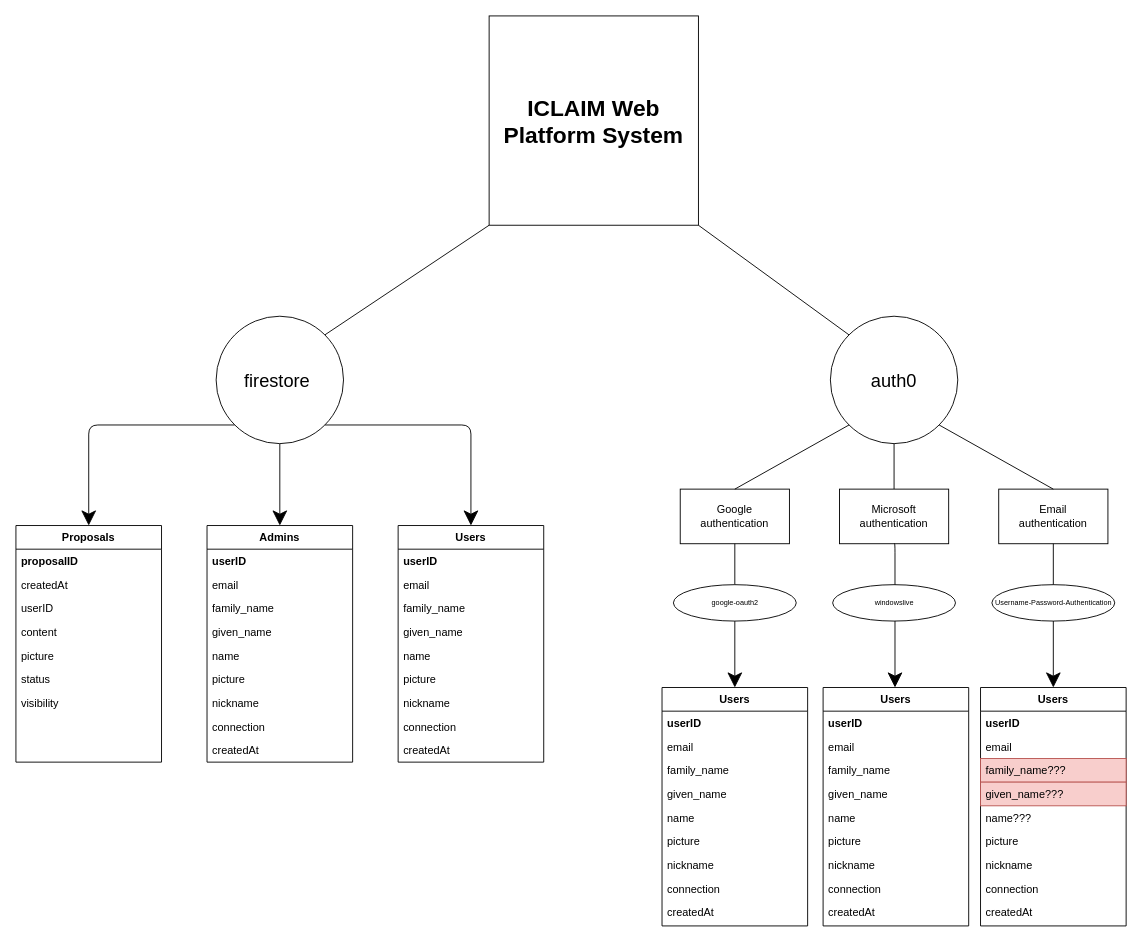
AGEORGIOU4/Social-Mediators-Network keeps this draw.io diagram as iCLAIM DB.drawio. Above is the earlier version. Source tidied: cells renumbered, new cells numbered last; positions are measured from the earlier drawing's top-left corner, leaving out a move shared by most shapes. Both pictures are drawn from the tidied source at 91%, with x=0, y=0 at pixel (15, 15).
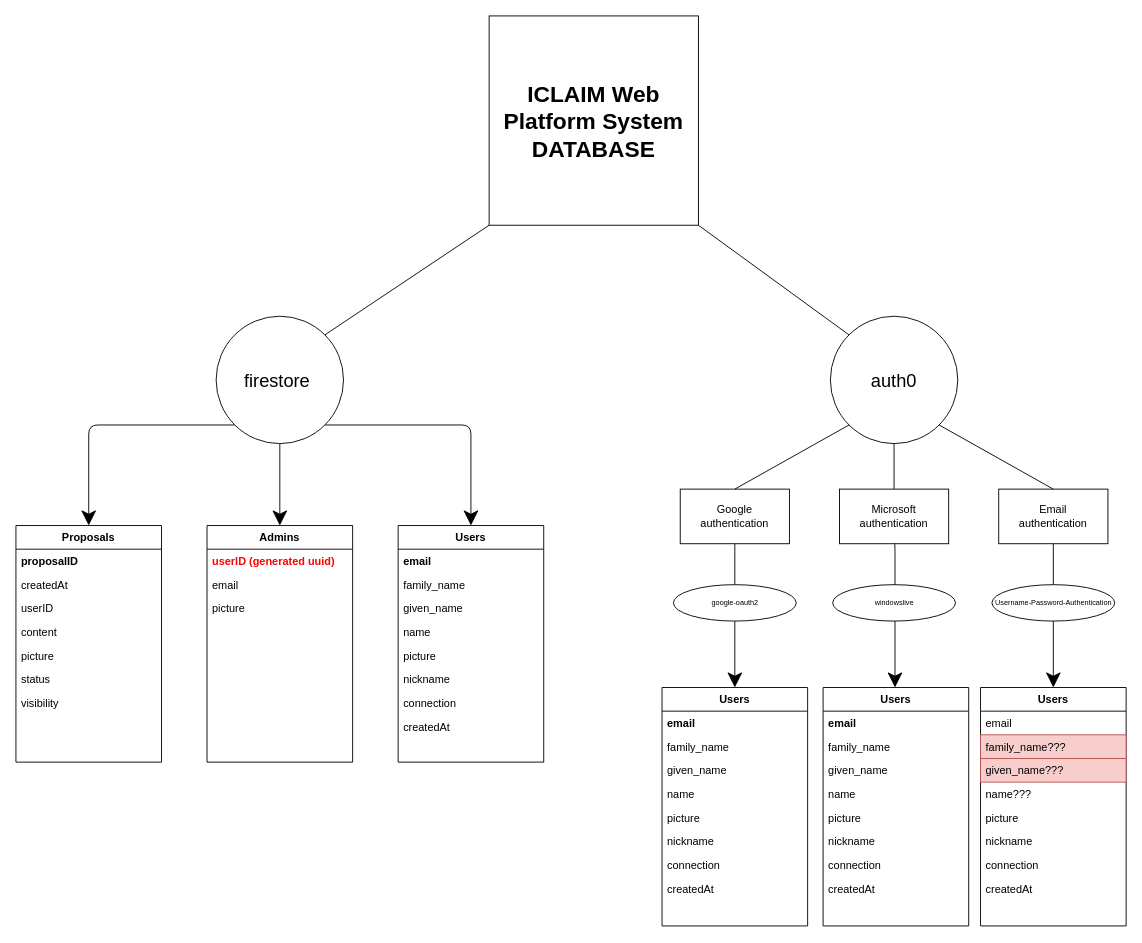
After the change.

The change refers to these unchanged cells:
```xml
<mxCell id="4" value="Users" style="swimlane;fontStyle=1;align=center;verticalAlign=top;horizontal=1;startSize=26;rounded=0;shadow=0;strokeWidth=1;" parent="1" vertex="1">
  <mxGeometry x="710" y="738" width="160" height="262" as="geometry" />
</mxCell>
<mxCell id="35" value="Users" style="swimlane;fontStyle=1;align=center;verticalAlign=top;horizontal=1;startSize=26;rounded=0;shadow=0;strokeWidth=1;" parent="1" vertex="1">
  <mxGeometry x="1060" y="738" width="160" height="262" as="geometry" />
</mxCell>
<mxCell id="49" value="Users" style="swimlane;fontStyle=1;align=center;verticalAlign=top;horizontal=1;startSize=26;rounded=0;shadow=0;strokeWidth=1;" parent="1" vertex="1">
  <mxGeometry x="887" y="738" width="160" height="262" as="geometry" />
</mxCell>
<mxCell id="59" value="Users" style="swimlane;fontStyle=1;align=center;verticalAlign=top;horizontal=1;startSize=26;rounded=0;shadow=0;strokeWidth=1;" parent="1" vertex="1">
  <mxGeometry x="420" y="560" width="160" height="260" as="geometry" />
</mxCell>
<mxCell id="69" value="Admins" style="swimlane;fontStyle=1;align=center;verticalAlign=top;horizontal=1;startSize=26;rounded=0;shadow=0;strokeWidth=1;" parent="1" vertex="1">
  <mxGeometry x="210" y="560" width="160" height="260" as="geometry" />
</mxCell>
```

Change to the diagram source:
```diff
@@
-    <mxCell id="5" value="userID" style="text;align=left;verticalAlign=top;spacingLeft=4;spacingRight=4;overflow=hidden;rounded=0;shadow=0;html=0;fontStyle=1;" parent="4" vertex="1">
-      <mxGeometry y="26" width="160" height="26" as="geometry" />
-    </mxCell>
-    <mxCell id="6" value="email" style="text;align=left;verticalAlign=top;spacingLeft=4;spacingRight=4;overflow=hidden;" parent="4" vertex="1">
-      <mxGeometry y="52" width="160" height="26" as="geometry" />
+    <mxCell id="6" value="email" style="text;align=left;verticalAlign=top;spacingLeft=4;spacingRight=4;overflow=hidden;fontStyle=1;" parent="4" vertex="1">
+      <mxGeometry y="26" width="160" height="26" as="geometry" />
     </mxCell>
     <mxCell id="7" value="family_name" style="text;align=left;verticalAlign=top;spacingLeft=4;spacingRight=4;overflow=hidden;rounded=0;shadow=0;html=0;" parent="4" vertex="1">
-      <mxGeometry y="78" width="160" height="26" as="geometry" />
+      <mxGeometry y="52" width="160" height="26" as="geometry" />
     </mxCell>
     <mxCell id="8" value="given_name" style="text;align=left;verticalAlign=top;spacingLeft=4;spacingRight=4;overflow=hidden;rounded=0;shadow=0;html=0;" parent="4" vertex="1">
-      <mxGeometry y="104" width="160" height="26" as="geometry" />
+      <mxGeometry y="78" width="160" height="26" as="geometry" />
     </mxCell>
     <mxCell id="9" value="name" style="text;align=left;verticalAlign=top;spacingLeft=4;spacingRight=4;overflow=hidden;rounded=0;shadow=0;html=0;" parent="4" vertex="1">
-      <mxGeometry y="130" width="160" height="26" as="geometry" />
+      <mxGeometry y="104" width="160" height="26" as="geometry" />
     </mxCell>
     <mxCell id="10" value="picture" style="text;align=left;verticalAlign=top;spacingLeft=4;spacingRight=4;overflow=hidden;rounded=0;shadow=0;html=0;" parent="4" vertex="1">
-      <mxGeometry y="156" width="160" height="26" as="geometry" />
+      <mxGeometry y="130" width="160" height="26" as="geometry" />
     </mxCell>
     <mxCell id="11" value="nickname" style="text;align=left;verticalAlign=top;spacingLeft=4;spacingRight=4;overflow=hidden;rounded=0;shadow=0;html=0;" parent="4" vertex="1">
-      <mxGeometry y="182" width="160" height="26" as="geometry" />
+      <mxGeometry y="156" width="160" height="26" as="geometry" />
     </mxCell>
     <mxCell id="12" value="connection" style="text;align=left;verticalAlign=top;spacingLeft=4;spacingRight=4;overflow=hidden;rounded=0;shadow=0;html=0;" parent="4" vertex="1">
-      <mxGeometry y="208" width="160" height="26" as="geometry" />
+      <mxGeometry y="182" width="160" height="26" as="geometry" />
     </mxCell>
     <mxCell id="13" value="createdAt" style="text;align=left;verticalAlign=top;spacingLeft=4;spacingRight=4;overflow=hidden;rounded=0;shadow=0;html=0;" parent="4" vertex="1">
-      <mxGeometry y="234" width="160" height="26" as="geometry" />
+      <mxGeometry y="208" width="160" height="26" as="geometry" />
     </mxCell>
@@
-    <mxCell id="27" value="&lt;font style=&quot;font-size: 25px&quot;&gt;&lt;b&gt;ICLAIM Web Platform System&lt;/b&gt;&lt;/font&gt;" style="whiteSpace=wrap;html=1;hachureGap=4;fontSize=12;" parent="1" vertex="1">
+    <mxCell id="27" value="&lt;font style=&quot;font-size: 25px&quot;&gt;&lt;b&gt;ICLAIM Web Platform System&lt;br&gt;DATABASE&lt;br&gt;&lt;/b&gt;&lt;/font&gt;" style="whiteSpace=wrap;html=1;hachureGap=4;fontSize=12;" parent="1" vertex="1">
       <mxGeometry x="520" width="230" height="230" as="geometry" />
     </mxCell>
@@
-    <mxCell id="36" value="userID" style="text;align=left;verticalAlign=top;spacingLeft=4;spacingRight=4;overflow=hidden;rounded=0;shadow=0;html=0;fontStyle=1;" parent="35" vertex="1">
-      <mxGeometry y="26" width="160" height="26" as="geometry" />
-    </mxCell>
     <mxCell id="37" value="email" style="text;align=left;verticalAlign=top;spacingLeft=4;spacingRight=4;overflow=hidden;" parent="35" vertex="1">
-      <mxGeometry y="52" width="160" height="26" as="geometry" />
+      <mxGeometry y="26" width="160" height="26" as="geometry" />
     </mxCell>
     <mxCell id="38" value="family_name???" style="text;align=left;verticalAlign=top;spacingLeft=4;spacingRight=4;overflow=hidden;rounded=0;shadow=0;html=0;fillColor=#f8cecc;strokeColor=#b85450;" parent="35" vertex="1">
-      <mxGeometry y="78" width="160" height="26" as="geometry" />
+      <mxGeometry y="52" width="160" height="26" as="geometry" />
     </mxCell>
     <mxCell id="39" value="given_name???" style="text;align=left;verticalAlign=top;spacingLeft=4;spacingRight=4;overflow=hidden;rounded=0;shadow=0;html=0;fillColor=#f8cecc;strokeColor=#b85450;" parent="35" vertex="1">
-      <mxGeometry y="104" width="160" height="26" as="geometry" />
+      <mxGeometry y="78" width="160" height="26" as="geometry" />
     </mxCell>
     <mxCell id="40" value="name???" style="text;align=left;verticalAlign=top;spacingLeft=4;spacingRight=4;overflow=hidden;rounded=0;shadow=0;html=0;" parent="35" vertex="1">
-      <mxGeometry y="130" width="160" height="26" as="geometry" />
+      <mxGeometry y="104" width="160" height="26" as="geometry" />
     </mxCell>
     <mxCell id="41" value="picture" style="text;align=left;verticalAlign=top;spacingLeft=4;spacingRight=4;overflow=hidden;rounded=0;shadow=0;html=0;" parent="35" vertex="1">
-      <mxGeometry y="156" width="160" height="26" as="geometry" />
+      <mxGeometry y="130" width="160" height="26" as="geometry" />
     </mxCell>
     <mxCell id="42" value="nickname" style="text;align=left;verticalAlign=top;spacingLeft=4;spacingRight=4;overflow=hidden;rounded=0;shadow=0;html=0;" parent="35" vertex="1">
-      <mxGeometry y="182" width="160" height="26" as="geometry" />
+      <mxGeometry y="156" width="160" height="26" as="geometry" />
     </mxCell>
     <mxCell id="43" value="connection" style="text;align=left;verticalAlign=top;spacingLeft=4;spacingRight=4;overflow=hidden;rounded=0;shadow=0;html=0;" parent="35" vertex="1">
-      <mxGeometry y="208" width="160" height="26" as="geometry" />
+      <mxGeometry y="182" width="160" height="26" as="geometry" />
     </mxCell>
     <mxCell id="44" value="createdAt" style="text;align=left;verticalAlign=top;spacingLeft=4;spacingRight=4;overflow=hidden;rounded=0;shadow=0;html=0;" parent="35" vertex="1">
-      <mxGeometry y="234" width="160" height="26" as="geometry" />
+      <mxGeometry y="208" width="160" height="26" as="geometry" />
     </mxCell>
@@
-    <mxCell id="50" value="userID" style="text;align=left;verticalAlign=top;spacingLeft=4;spacingRight=4;overflow=hidden;rounded=0;shadow=0;html=0;fontStyle=1;" parent="49" vertex="1">
-      <mxGeometry y="26" width="160" height="26" as="geometry" />
-    </mxCell>
-    <mxCell id="51" value="email" style="text;align=left;verticalAlign=top;spacingLeft=4;spacingRight=4;overflow=hidden;" parent="49" vertex="1">
-      <mxGeometry y="52" width="160" height="26" as="geometry" />
+    <mxCell id="51" value="email" style="text;align=left;verticalAlign=top;spacingLeft=4;spacingRight=4;overflow=hidden;fontStyle=1;" parent="49" vertex="1">
+      <mxGeometry y="26" width="160" height="26" as="geometry" />
     </mxCell>
     <mxCell id="52" value="family_name" style="text;align=left;verticalAlign=top;spacingLeft=4;spacingRight=4;overflow=hidden;rounded=0;shadow=0;html=0;" parent="49" vertex="1">
-      <mxGeometry y="78" width="160" height="26" as="geometry" />
+      <mxGeometry y="52" width="160" height="26" as="geometry" />
     </mxCell>
     <mxCell id="53" value="given_name" style="text;align=left;verticalAlign=top;spacingLeft=4;spacingRight=4;overflow=hidden;rounded=0;shadow=0;html=0;" parent="49" vertex="1">
-      <mxGeometry y="104" width="160" height="26" as="geometry" />
+      <mxGeometry y="78" width="160" height="26" as="geometry" />
     </mxCell>
     <mxCell id="54" value="name" style="text;align=left;verticalAlign=top;spacingLeft=4;spacingRight=4;overflow=hidden;rounded=0;shadow=0;html=0;" parent="49" vertex="1">
-      <mxGeometry y="130" width="160" height="26" as="geometry" />
+      <mxGeometry y="104" width="160" height="26" as="geometry" />
     </mxCell>
     <mxCell id="55" value="picture" style="text;align=left;verticalAlign=top;spacingLeft=4;spacingRight=4;overflow=hidden;rounded=0;shadow=0;html=0;" parent="49" vertex="1">
-      <mxGeometry y="156" width="160" height="26" as="geometry" />
+      <mxGeometry y="130" width="160" height="26" as="geometry" />
     </mxCell>
     <mxCell id="56" value="nickname" style="text;align=left;verticalAlign=top;spacingLeft=4;spacingRight=4;overflow=hidden;rounded=0;shadow=0;html=0;" parent="49" vertex="1">
-      <mxGeometry y="182" width="160" height="26" as="geometry" />
+      <mxGeometry y="156" width="160" height="26" as="geometry" />
     </mxCell>
     <mxCell id="57" value="connection" style="text;align=left;verticalAlign=top;spacingLeft=4;spacingRight=4;overflow=hidden;rounded=0;shadow=0;html=0;" parent="49" vertex="1">
-      <mxGeometry y="208" width="160" height="26" as="geometry" />
+      <mxGeometry y="182" width="160" height="26" as="geometry" />
     </mxCell>
     <mxCell id="58" value="createdAt" style="text;align=left;verticalAlign=top;spacingLeft=4;spacingRight=4;overflow=hidden;rounded=0;shadow=0;html=0;" parent="49" vertex="1">
-      <mxGeometry y="234" width="160" height="26" as="geometry" />
+      <mxGeometry y="208" width="160" height="26" as="geometry" />
     </mxCell>
@@
-    <mxCell id="60" value="userID" style="text;align=left;verticalAlign=top;spacingLeft=4;spacingRight=4;overflow=hidden;rounded=0;shadow=0;html=0;fontStyle=1;" parent="59" vertex="1">
-      <mxGeometry y="26" width="160" height="26" as="geometry" />
-    </mxCell>
-    <mxCell id="61" value="email" style="text;align=left;verticalAlign=top;spacingLeft=4;spacingRight=4;overflow=hidden;" parent="59" vertex="1">
-      <mxGeometry y="52" width="160" height="26" as="geometry" />
+    <mxCell id="61" value="email" style="text;align=left;verticalAlign=top;spacingLeft=4;spacingRight=4;overflow=hidden;fontStyle=1;" parent="59" vertex="1">
+      <mxGeometry y="26" width="160" height="26" as="geometry" />
     </mxCell>
     <mxCell id="62" value="family_name" style="text;align=left;verticalAlign=top;spacingLeft=4;spacingRight=4;overflow=hidden;rounded=0;shadow=0;html=0;" parent="59" vertex="1">
-      <mxGeometry y="78" width="160" height="26" as="geometry" />
+      <mxGeometry y="52" width="160" height="26" as="geometry" />
     </mxCell>
     <mxCell id="63" value="given_name" style="text;align=left;verticalAlign=top;spacingLeft=4;spacingRight=4;overflow=hidden;rounded=0;shadow=0;html=0;" parent="59" vertex="1">
-      <mxGeometry y="104" width="160" height="26" as="geometry" />
+      <mxGeometry y="78" width="160" height="26" as="geometry" />
     </mxCell>
     <mxCell id="64" value="name" style="text;align=left;verticalAlign=top;spacingLeft=4;spacingRight=4;overflow=hidden;rounded=0;shadow=0;html=0;" parent="59" vertex="1">
-      <mxGeometry y="130" width="160" height="26" as="geometry" />
+      <mxGeometry y="104" width="160" height="26" as="geometry" />
     </mxCell>
     <mxCell id="65" value="picture" style="text;align=left;verticalAlign=top;spacingLeft=4;spacingRight=4;overflow=hidden;rounded=0;shadow=0;html=0;" parent="59" vertex="1">
-      <mxGeometry y="156" width="160" height="26" as="geometry" />
+      <mxGeometry y="130" width="160" height="26" as="geometry" />
     </mxCell>
     <mxCell id="66" value="nickname" style="text;align=left;verticalAlign=top;spacingLeft=4;spacingRight=4;overflow=hidden;rounded=0;shadow=0;html=0;" parent="59" vertex="1">
-      <mxGeometry y="182" width="160" height="26" as="geometry" />
+      <mxGeometry y="156" width="160" height="26" as="geometry" />
     </mxCell>
     <mxCell id="67" value="connection" style="text;align=left;verticalAlign=top;spacingLeft=4;spacingRight=4;overflow=hidden;rounded=0;shadow=0;html=0;" parent="59" vertex="1">
-      <mxGeometry y="208" width="160" height="26" as="geometry" />
+      <mxGeometry y="182" width="160" height="26" as="geometry" />
     </mxCell>
     <mxCell id="68" value="createdAt" style="text;align=left;verticalAlign=top;spacingLeft=4;spacingRight=4;overflow=hidden;rounded=0;shadow=0;html=0;" parent="59" vertex="1">
-      <mxGeometry y="234" width="160" height="26" as="geometry" />
+      <mxGeometry y="208" width="160" height="26" as="geometry" />
     </mxCell>
@@
-    <mxCell id="70" value="userID" style="text;align=left;verticalAlign=top;spacingLeft=4;spacingRight=4;overflow=hidden;rounded=0;shadow=0;html=0;fontStyle=1;" parent="69" vertex="1">
+    <mxCell id="70" value="userID (generated uuid)" style="text;align=left;verticalAlign=top;spacingLeft=4;spacingRight=4;overflow=hidden;rounded=0;shadow=0;html=0;fontStyle=1;fontColor=#FF0000;" parent="69" vertex="1">
       <mxGeometry y="26" width="160" height="26" as="geometry" />
     </mxCell>
@@
-    <mxCell id="72" value="family_name" style="text;align=left;verticalAlign=top;spacingLeft=4;spacingRight=4;overflow=hidden;rounded=0;shadow=0;html=0;" parent="69" vertex="1">
-      <mxGeometry y="78" width="160" height="26" as="geometry" />
-    </mxCell>
-    <mxCell id="73" value="given_name" style="text;align=left;verticalAlign=top;spacingLeft=4;spacingRight=4;overflow=hidden;rounded=0;shadow=0;html=0;" parent="69" vertex="1">
-      <mxGeometry y="104" width="160" height="26" as="geometry" />
-    </mxCell>
-    <mxCell id="74" value="name" style="text;align=left;verticalAlign=top;spacingLeft=4;spacingRight=4;overflow=hidden;rounded=0;shadow=0;html=0;" parent="69" vertex="1">
-      <mxGeometry y="130" width="160" height="26" as="geometry" />
-    </mxCell>
     <mxCell id="75" value="picture" style="text;align=left;verticalAlign=top;spacingLeft=4;spacingRight=4;overflow=hidden;rounded=0;shadow=0;html=0;" parent="69" vertex="1">
-      <mxGeometry y="156" width="160" height="26" as="geometry" />
+      <mxGeometry y="78" width="160" height="26" as="geometry" />
     </mxCell>
-    <mxCell id="76" value="nickname" style="text;align=left;verticalAlign=top;spacingLeft=4;spacingRight=4;overflow=hidden;rounded=0;shadow=0;html=0;" parent="69" vertex="1">
-      <mxGeometry y="182" width="160" height="26" as="geometry" />
-    </mxCell>
-    <mxCell id="77" value="connection" style="text;align=left;verticalAlign=top;spacingLeft=4;spacingRight=4;overflow=hidden;rounded=0;shadow=0;html=0;" parent="69" vertex="1">
-      <mxGeometry y="208" width="160" height="26" as="geometry" />
-    </mxCell>
-    <mxCell id="78" value="createdAt" style="text;align=left;verticalAlign=top;spacingLeft=4;spacingRight=4;overflow=hidden;rounded=0;shadow=0;html=0;" parent="69" vertex="1">
-      <mxGeometry y="234" width="160" height="26" as="geometry" />
-    </mxCell>
```
